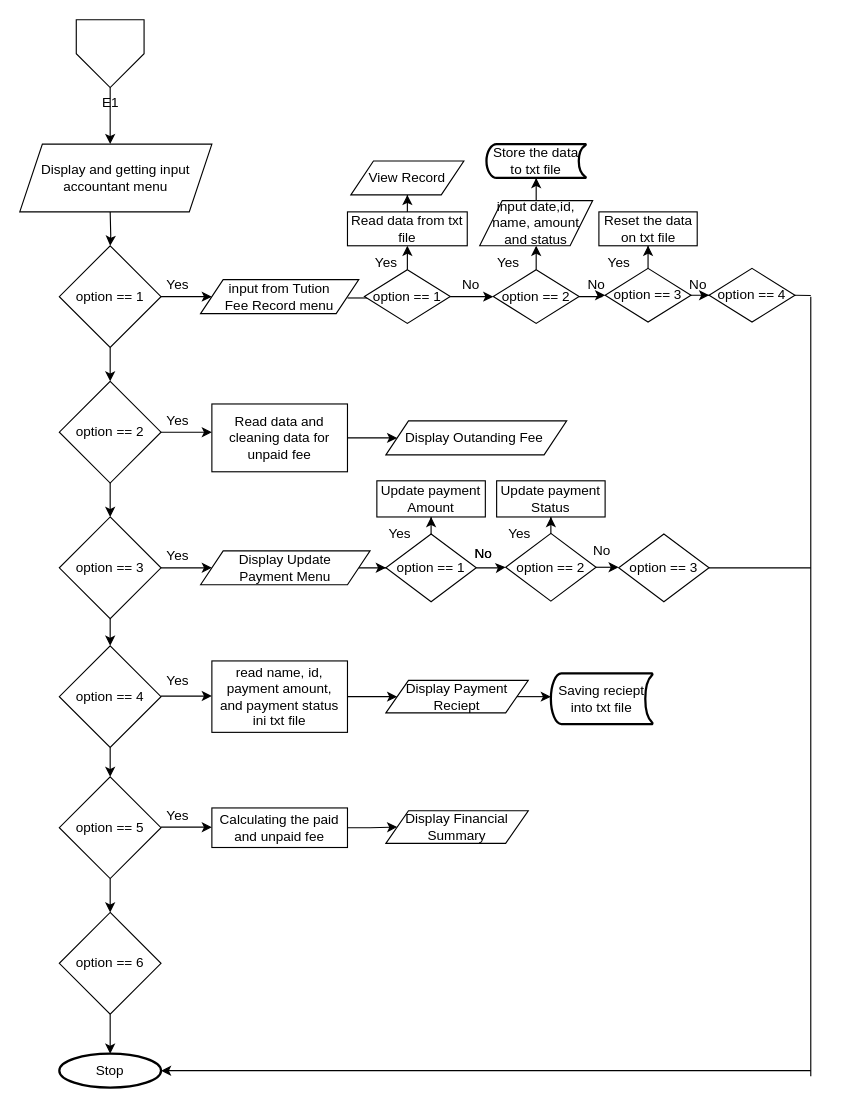
This is Flowchart/Accountant.drawio from richmonddeanlim/Group-Assignment---Python, a draw.io file, before an edit. Source tidied: cells renumbered, new cells numbered last; positions are measured from the earlier drawing's top-left corner, leaving out a move shared by most shapes. Both pictures are drawn from the tidied source at 113%, with x=0, y=0 at pixel (19, 19).
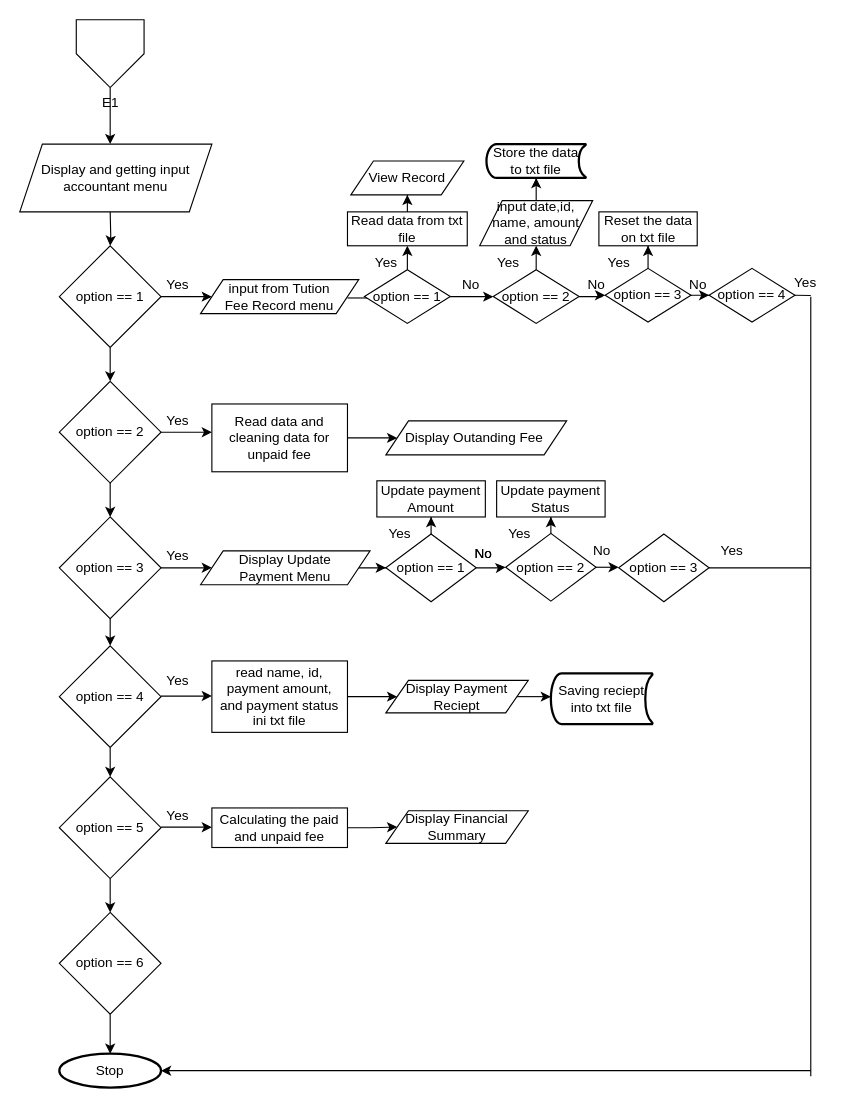
The same page after the edit.

Commit message:
a minor fix for flow chart

Diff of the diagram source:
```diff
@@
+    <mxCell id="86" value="Yes" style="text;html=1;align=center;verticalAlign=middle;strokeColor=none;fillColor=none;" parent="1" vertex="1">
+      <mxGeometry x="610" y="455" width="40" height="30" as="geometry" />
+    </mxCell>
+    <mxCell id="87" value="Yes" style="text;html=1;align=center;verticalAlign=middle;strokeColor=none;fillColor=none;" parent="1" vertex="1">
+      <mxGeometry x="675" y="218" width="40" height="30" as="geometry" />
+    </mxCell>
```
